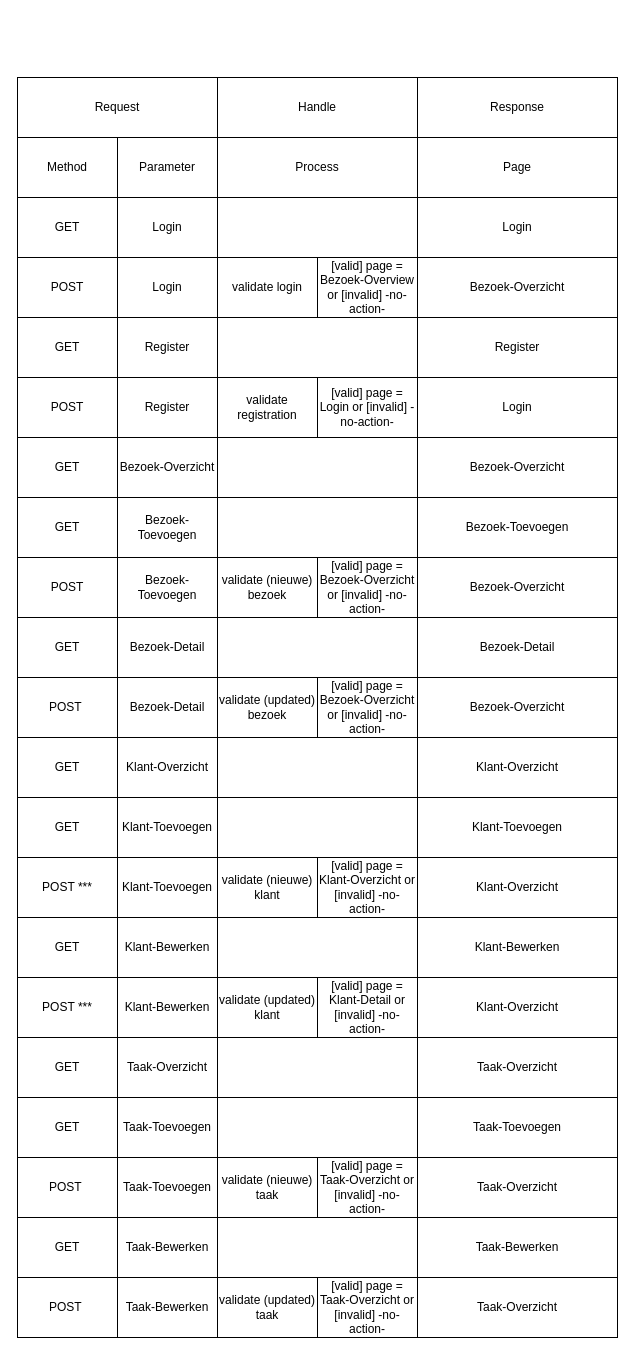
Before: page "Page-2" (2 of 2) of Assets/Diagrams/Zapp-diagram.drawio in quincy-tromp/Educom-ZAPP, a draw.io diagram. Source tidied: cells renumbered, new cells numbered last; positions are measured from the earlier drawing's top-left corner, leaving out a move shared by most shapes. Both pictures are drawn from the tidied source at 100%, with x=0, y=0 at pixel (17, 77).
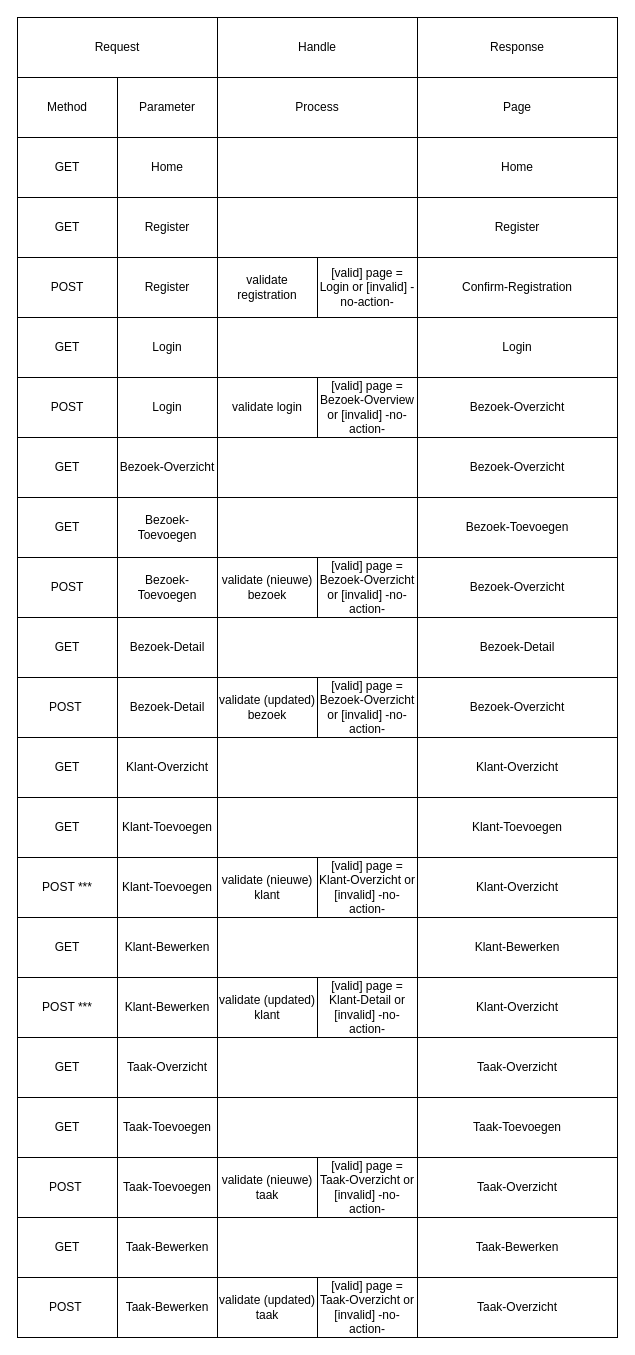
After the change.

What changed in the source:
```diff
@@
     <mxCell id="2" value="Request" style="rounded=0;whiteSpace=wrap;html=1;" parent="1" vertex="1">
-      <mxGeometry width="200" height="60" as="geometry" />
+      <mxGeometry y="-60" width="200" height="60" as="geometry" />
     </mxCell>
     <mxCell id="3" value="Handle" style="rounded=0;whiteSpace=wrap;html=1;" parent="1" vertex="1">
-      <mxGeometry x="200" width="200" height="60" as="geometry" />
+      <mxGeometry x="200" y="-60" width="200" height="60" as="geometry" />
     </mxCell>
     <mxCell id="4" value="Response" style="rounded=0;whiteSpace=wrap;html=1;" parent="1" vertex="1">
-      <mxGeometry x="400" width="200" height="60" as="geometry" />
+      <mxGeometry x="400" y="-60" width="200" height="60" as="geometry" />
     </mxCell>
     <mxCell id="5" value="Method" style="rounded=0;whiteSpace=wrap;html=1;" parent="1" vertex="1">
-      <mxGeometry y="60" width="100" height="60" as="geometry" />
+      <mxGeometry width="100" height="60" as="geometry" />
     </mxCell>
     <mxCell id="6" value="Parameter" style="rounded=0;whiteSpace=wrap;html=1;" parent="1" vertex="1">
-      <mxGeometry x="100" y="60" width="100" height="60" as="geometry" />
+      <mxGeometry x="100" width="100" height="60" as="geometry" />
     </mxCell>
     <mxCell id="7" value="GET" style="rounded=0;whiteSpace=wrap;html=1;" parent="1" vertex="1">
-      <mxGeometry y="120" width="100" height="60" as="geometry" />
+      <mxGeometry y="240" width="100" height="60" as="geometry" />
     </mxCell>
     <mxCell id="8" value="Login" style="rounded=0;whiteSpace=wrap;html=1;" parent="1" vertex="1">
-      <mxGeometry x="100" y="120" width="100" height="60" as="geometry" />
+      <mxGeometry x="100" y="240" width="100" height="60" as="geometry" />
     </mxCell>
     <mxCell id="9" value="POST" style="rounded=0;whiteSpace=wrap;html=1;" parent="1" vertex="1">
-      <mxGeometry y="180" width="100" height="60" as="geometry" />
+      <mxGeometry y="300" width="100" height="60" as="geometry" />
     </mxCell>
     <mxCell id="10" value="Login" style="rounded=0;whiteSpace=wrap;html=1;" parent="1" vertex="1">
-      <mxGeometry x="100" y="180" width="100" height="60" as="geometry" />
+      <mxGeometry x="100" y="300" width="100" height="60" as="geometry" />
     </mxCell>
@@
     <mxCell id="15" value="Process" style="rounded=0;whiteSpace=wrap;html=1;" parent="1" vertex="1">
-      <mxGeometry x="200" y="60" width="200" height="60" as="geometry" />
+      <mxGeometry x="200" width="200" height="60" as="geometry" />
     </mxCell>
@@
     <mxCell id="17" value="Page" style="rounded=0;whiteSpace=wrap;html=1;" parent="1" vertex="1">
-      <mxGeometry x="400" y="60" width="200" height="60" as="geometry" />
+      <mxGeometry x="400" width="200" height="60" as="geometry" />
     </mxCell>
     <mxCell id="18" style="rounded=0;whiteSpace=wrap;html=1;" parent="1" vertex="1">
-      <mxGeometry x="200" y="120" width="200" height="60" as="geometry" />
+      <mxGeometry x="200" y="240" width="200" height="60" as="geometry" />
     </mxCell>
     <mxCell id="19" value="Bezoek-Overzicht" style="rounded=0;whiteSpace=wrap;html=1;" parent="1" vertex="1">
-      <mxGeometry x="400" y="180" width="200" height="60" as="geometry" />
+      <mxGeometry x="400" y="300" width="200" height="60" as="geometry" />
     </mxCell>
     <mxCell id="20" value="Login" style="rounded=0;whiteSpace=wrap;html=1;" parent="1" vertex="1">
-      <mxGeometry x="400" y="120" width="200" height="60" as="geometry" />
+      <mxGeometry x="400" y="240" width="200" height="60" as="geometry" />
     </mxCell>
@@
     <mxCell id="22" value="validate login" style="rounded=0;whiteSpace=wrap;html=1;" parent="1" vertex="1">
-      <mxGeometry x="200" y="180" width="100" height="60" as="geometry" />
+      <mxGeometry x="200" y="300" width="100" height="60" as="geometry" />
     </mxCell>
     <mxCell id="23" value="[valid] page = Bezoek-Overview or [invalid] -no-action-" style="rounded=0;whiteSpace=wrap;html=1;" parent="1" vertex="1">
-      <mxGeometry x="300" y="180" width="100" height="60" as="geometry" />
+      <mxGeometry x="300" y="300" width="100" height="60" as="geometry" />
     </mxCell>
@@
     <mxCell id="84" value="GET" style="rounded=0;whiteSpace=wrap;html=1;" parent="1" vertex="1">
-      <mxGeometry y="240" width="100" height="60" as="geometry" />
+      <mxGeometry y="120" width="100" height="60" as="geometry" />
     </mxCell>
     <mxCell id="85" value="Register" style="rounded=0;whiteSpace=wrap;html=1;" parent="1" vertex="1">
-      <mxGeometry x="100" y="240" width="100" height="60" as="geometry" />
+      <mxGeometry x="100" y="120" width="100" height="60" as="geometry" />
     </mxCell>
     <mxCell id="86" style="rounded=0;whiteSpace=wrap;html=1;" parent="1" vertex="1">
-      <mxGeometry x="200" y="240" width="200" height="60" as="geometry" />
+      <mxGeometry x="200" y="120" width="200" height="60" as="geometry" />
     </mxCell>
     <mxCell id="87" value="Register" style="rounded=0;whiteSpace=wrap;html=1;" parent="1" vertex="1">
-      <mxGeometry x="400" y="240" width="200" height="60" as="geometry" />
+      <mxGeometry x="400" y="120" width="200" height="60" as="geometry" />
     </mxCell>
     <mxCell id="88" value="POST" style="rounded=0;whiteSpace=wrap;html=1;" parent="1" vertex="1">
-      <mxGeometry y="300" width="100" height="60" as="geometry" />
+      <mxGeometry y="180" width="100" height="60" as="geometry" />
     </mxCell>
     <mxCell id="89" value="Register" style="rounded=0;whiteSpace=wrap;html=1;" parent="1" vertex="1">
-      <mxGeometry x="100" y="300" width="100" height="60" as="geometry" />
+      <mxGeometry x="100" y="180" width="100" height="60" as="geometry" />
     </mxCell>
     <mxCell id="90" value="validate registration" style="rounded=0;whiteSpace=wrap;html=1;" parent="1" vertex="1">
-      <mxGeometry x="200" y="300" width="100" height="60" as="geometry" />
+      <mxGeometry x="200" y="180" width="100" height="60" as="geometry" />
     </mxCell>
     <mxCell id="91" value="[valid] page = Login or [invalid] -no-action-" style="rounded=0;whiteSpace=wrap;html=1;" parent="1" vertex="1">
-      <mxGeometry x="300" y="300" width="100" height="60" as="geometry" />
+      <mxGeometry x="300" y="180" width="100" height="60" as="geometry" />
     </mxCell>
-    <mxCell id="92" value="Login" style="rounded=0;whiteSpace=wrap;html=1;" parent="1" vertex="1">
-      <mxGeometry x="400" y="300" width="200" height="60" as="geometry" />
+    <mxCell id="92" value="Confirm-Registration" style="rounded=0;whiteSpace=wrap;html=1;" parent="1" vertex="1">
+      <mxGeometry x="400" y="180" width="200" height="60" as="geometry" />
     </mxCell>
+    <mxCell id="93" value="GET" style="rounded=0;whiteSpace=wrap;html=1;" parent="1" vertex="1">
+      <mxGeometry y="60" width="100" height="60" as="geometry" />
+    </mxCell>
+    <mxCell id="94" value="Home" style="rounded=0;whiteSpace=wrap;html=1;" parent="1" vertex="1">
+      <mxGeometry x="100" y="60" width="100" height="60" as="geometry" />
+    </mxCell>
+    <mxCell id="95" style="rounded=0;whiteSpace=wrap;html=1;" parent="1" vertex="1">
+      <mxGeometry x="200" y="60" width="200" height="60" as="geometry" />
+    </mxCell>
+    <mxCell id="96" value="Home" style="rounded=0;whiteSpace=wrap;html=1;" parent="1" vertex="1">
+      <mxGeometry x="400" y="60" width="200" height="60" as="geometry" />
+    </mxCell>
```
